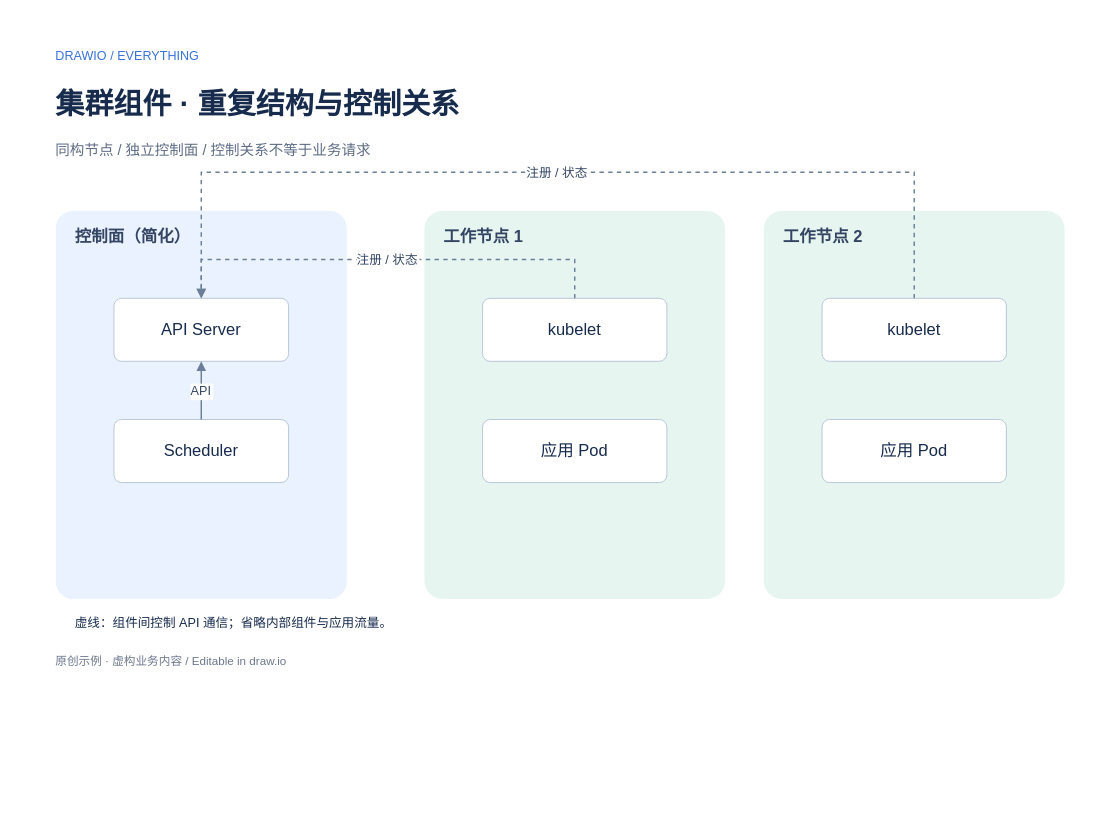
Junglepan/draw-io-everything keeps this draw.io diagram as examples/04-cluster.drawio. Above is the earlier version. Source tidied: cells renumbered, new cells numbered last; positions are measured from the earlier drawing's top-left corner, leaving out a move shared by most shapes. Both pictures are drawn from the tidied source at 97%, with x=0, y=0 at pixel (16, 16).
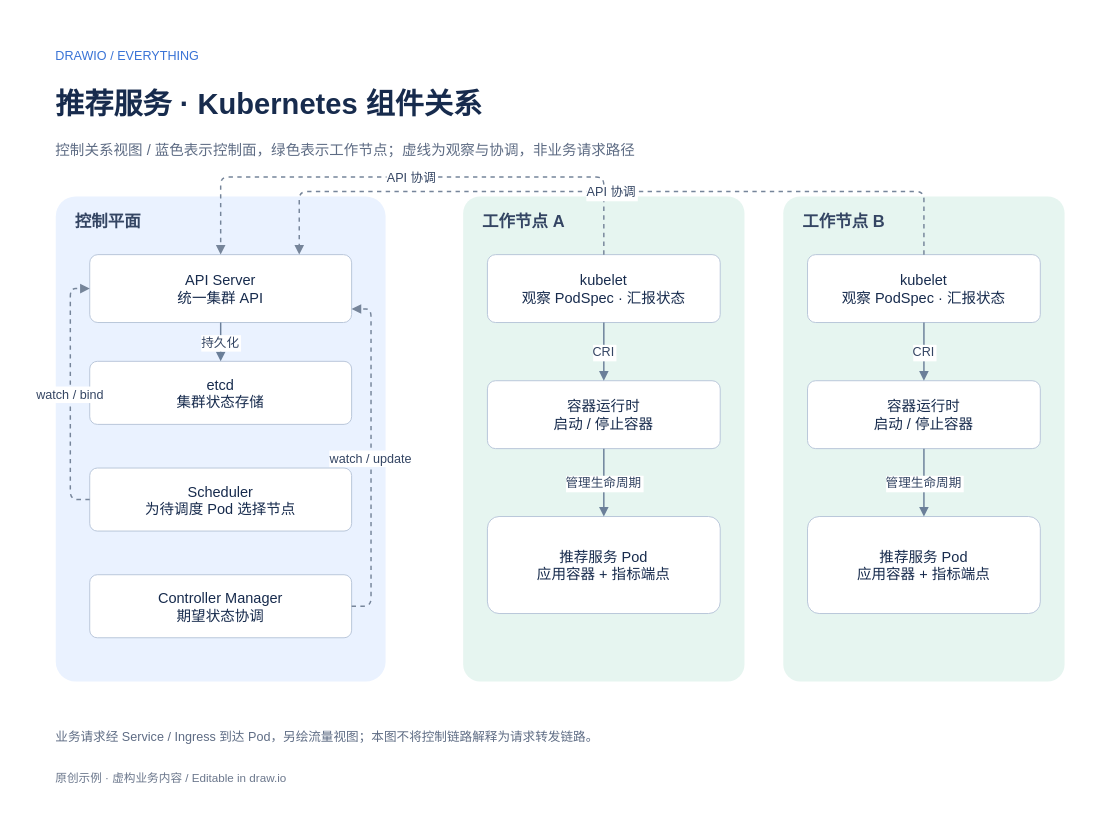
The same diagram, later.

Change to the diagram source:
```diff
@@
     <mxCell id="2" style="rounded=1;whiteSpace=wrap;html=0;fontFamily=Arial;fontSize=17;fontColor=#172B4D;fillColor=#FFFFFF;strokeColor=#B8C6D9;arcSize=12;spacing=10;strokeColor=none;" parent="1" vertex="1">
-      <mxGeometry width="1120" height="700" as="geometry" />
+      <mxGeometry width="1120" height="820" as="geometry" />
     </mxCell>
@@
-    <mxCell id="4" value="集群组件 · 重复结构与控制关系" style="rounded=1;whiteSpace=wrap;html=0;fontFamily=Arial;fontSize=17;fontColor=#172B4D;fillColor=none;strokeColor=#B8C6D9;arcSize=12;spacing=10;strokeColor=none;align=left;verticalAlign=middle;spacing=0;fontSize=30;fontColor=#172B4D;fontStyle=1;" parent="1" vertex="1">
+    <mxCell id="4" value="推荐服务 · Kubernetes 组件关系" style="rounded=1;whiteSpace=wrap;html=0;fontFamily=Arial;fontSize=17;fontColor=#172B4D;fillColor=none;strokeColor=#B8C6D9;arcSize=12;spacing=10;strokeColor=none;align=left;verticalAlign=middle;spacing=0;fontSize=30;fontColor=#172B4D;fontStyle=1;" parent="1" vertex="1">
       <mxGeometry x="40" y="66" width="1040" height="48" as="geometry" />
     </mxCell>
-    <mxCell id="5" value="同构节点 / 独立控制面 / 控制关系不等于业务请求" style="rounded=1;whiteSpace=wrap;html=0;fontFamily=Arial;fontSize=17;fontColor=#172B4D;fillColor=none;strokeColor=#B8C6D9;arcSize=12;spacing=10;strokeColor=none;align=left;verticalAlign=middle;spacing=0;fontSize=15;fontColor=#5E6C84;fontStyle=0;" parent="1" vertex="1">
+    <mxCell id="5" value="控制关系视图 / 蓝色表示控制面，绿色表示工作节点；虚线为观察与协调，非业务请求路径" style="rounded=1;whiteSpace=wrap;html=0;fontFamily=Arial;fontSize=17;fontColor=#172B4D;fillColor=none;strokeColor=#B8C6D9;arcSize=12;spacing=10;strokeColor=none;align=left;verticalAlign=middle;spacing=0;fontSize=15;fontColor=#5E6C84;fontStyle=0;" parent="1" vertex="1">
       <mxGeometry x="40" y="121" width="1040" height="32" as="geometry" />
     </mxCell>
     <mxCell id="6" value="原创示例 · 虚构业务内容  /  Editable in draw.io" style="rounded=1;whiteSpace=wrap;html=0;fontFamily=Arial;fontSize=17;fontColor=#172B4D;fillColor=none;strokeColor=#B8C6D9;arcSize=12;spacing=10;strokeColor=none;align=left;verticalAlign=middle;spacing=0;fontSize=12;fontColor=#6B778C;fontStyle=0;" parent="1" vertex="1">
-      <mxGeometry x="40" y="654" width="1040" height="22" as="geometry" />
+      <mxGeometry x="40" y="774" width="1040" height="22" as="geometry" />
     </mxCell>
     <mxCell id="7" style="rounded=1;whiteSpace=wrap;html=0;fontFamily=Arial;fontSize=17;fontColor=#172B4D;fillColor=#EAF2FF;strokeColor=#B8C6D9;arcSize=12;spacing=10;strokeColor=none;arcSize=6;" parent="1" vertex="1">
-      <mxGeometry x="40" y="200" width="300" height="400" as="geometry" />
+      <mxGeometry x="40" y="185" width="340" height="500" as="geometry" />
     </mxCell>
-    <mxCell id="8" value="控制面（简化）" style="rounded=1;whiteSpace=wrap;html=0;fontFamily=Arial;fontSize=17;fontColor=#172B4D;fillColor=none;strokeColor=#B8C6D9;arcSize=12;spacing=10;strokeColor=none;align=left;verticalAlign=middle;spacing=0;fontSize=17;fontColor=#344563;fontStyle=1;" parent="1" vertex="1">
-      <mxGeometry x="60" y="212" width="260" height="30" as="geometry" />
+    <mxCell id="8" value="控制平面" style="rounded=1;whiteSpace=wrap;html=0;fontFamily=Arial;fontSize=17;fontColor=#172B4D;fillColor=none;strokeColor=#B8C6D9;arcSize=12;spacing=10;strokeColor=none;align=left;verticalAlign=middle;spacing=0;fontSize=17;fontColor=#344563;fontStyle=1;" parent="1" vertex="1">
+      <mxGeometry x="60" y="197" width="300" height="30" as="geometry" />
     </mxCell>
-    <mxCell id="9" value="API Server" style="rounded=1;whiteSpace=wrap;html=0;fontFamily=Arial;fontSize=17;fontColor=#172B4D;fillColor=#FFFFFF;strokeColor=#B8C6D9;arcSize=12;spacing=10;" parent="1" vertex="1">
-      <mxGeometry x="100" y="290" width="180" height="65" as="geometry" />
+    <mxCell id="9" value="API Server&#10;统一集群 API" style="rounded=1;whiteSpace=wrap;html=0;fontFamily=Arial;fontSize=17;fontColor=#172B4D;fillColor=#FFFFFF;strokeColor=#B8C6D9;arcSize=12;spacing=10;fontSize=15;" parent="1" vertex="1">
+      <mxGeometry x="75" y="245" width="270" height="70" as="geometry" />
     </mxCell>
-    <mxCell id="10" value="Scheduler" style="rounded=1;whiteSpace=wrap;html=0;fontFamily=Arial;fontSize=17;fontColor=#172B4D;fillColor=#FFFFFF;strokeColor=#B8C6D9;arcSize=12;spacing=10;" parent="1" vertex="1">
-      <mxGeometry x="100" y="415" width="180" height="65" as="geometry" />
+    <mxCell id="10" value="etcd&#10;集群状态存储" style="rounded=1;whiteSpace=wrap;html=0;fontFamily=Arial;fontSize=17;fontColor=#172B4D;fillColor=#FFFFFF;strokeColor=#B8C6D9;arcSize=12;spacing=10;fontSize=15;" parent="1" vertex="1">
+      <mxGeometry x="75" y="355" width="270" height="65" as="geometry" />
     </mxCell>
-    <mxCell id="11" value="API" style="edgeStyle=orthogonalEdgeStyle;rounded=0;html=0;endArrow=block;endFill=1;strokeColor=#6B7F99;strokeWidth=1.5;fontFamily=Arial;fontSize=13;fontColor=#344563;labelBackgroundColor=#FFFFFF;" parent="1" edge="1" source="10" target="9">
-      <mxGeometry relative="1" as="geometry" />
-    </mxCell>
+    <mxCell id="23" value="Scheduler&#10;为待调度 Pod 选择节点" style="rounded=1;whiteSpace=wrap;html=0;fontFamily=Arial;fontSize=17;fontColor=#172B4D;fillColor=#FFFFFF;strokeColor=#B8C6D9;arcSize=12;spacing=10;fontSize=15;" parent="1" vertex="1">
+      <mxGeometry x="75" y="465" width="270" height="65" as="geometry" />
+    </mxCell>
-    <mxCell id="12" style="rounded=1;whiteSpace=wrap;html=0;fontFamily=Arial;fontSize=17;fontColor=#172B4D;fillColor=#E6F5F0;strokeColor=#B8C6D9;arcSize=12;spacing=10;strokeColor=none;arcSize=6;" parent="1" vertex="1">
-      <mxGeometry x="420" y="200" width="310" height="400" as="geometry" />
+    <mxCell id="12" value="Controller Manager&#10;期望状态协调" style="rounded=1;whiteSpace=wrap;html=0;fontFamily=Arial;fontSize=17;fontColor=#172B4D;fillColor=#FFFFFF;strokeColor=#B8C6D9;arcSize=12;spacing=10;fontSize=15;" parent="1" vertex="1">
+      <mxGeometry x="75" y="575" width="270" height="65" as="geometry" />
     </mxCell>
-    <mxCell id="13" value="工作节点 1" style="rounded=1;whiteSpace=wrap;html=0;fontFamily=Arial;fontSize=17;fontColor=#172B4D;fillColor=none;strokeColor=#B8C6D9;arcSize=12;spacing=10;strokeColor=none;align=left;verticalAlign=middle;spacing=0;fontSize=17;fontColor=#344563;fontStyle=1;" parent="1" vertex="1">
-      <mxGeometry x="440" y="212" width="270" height="30" as="geometry" />
-    </mxCell>
-    <mxCell id="14" value="kubelet" style="rounded=1;whiteSpace=wrap;html=0;fontFamily=Arial;fontSize=17;fontColor=#172B4D;fillColor=#FFFFFF;strokeColor=#B8C6D9;arcSize=12;spacing=10;" parent="1" vertex="1">
-      <mxGeometry x="480" y="290" width="190" height="65" as="geometry" />
-    </mxCell>
-    <mxCell id="15" value="应用 Pod" style="rounded=1;whiteSpace=wrap;html=0;fontFamily=Arial;fontSize=17;fontColor=#172B4D;fillColor=#FFFFFF;strokeColor=#B8C6D9;arcSize=12;spacing=10;" parent="1" vertex="1">
-      <mxGeometry x="480" y="415" width="190" height="65" as="geometry" />
-    </mxCell>
-    <mxCell id="16" value="注册 / 状态" style="edgeStyle=orthogonalEdgeStyle;rounded=0;html=0;endArrow=block;endFill=1;strokeColor=#6B7F99;strokeWidth=1.5;fontFamily=Arial;fontSize=13;fontColor=#344563;labelBackgroundColor=#FFFFFF;dashed=1;exitX=0.5;exitY=0;entryX=0.5;entryY=0;" parent="1" edge="1" source="14" target="9">
-      <mxGeometry relative="1" as="geometry">
-        <Array as="points">
-          <mxPoint x="575" y="250" />
-          <mxPoint x="190" y="250" />
-        </Array>
-      </mxGeometry>
-    </mxCell>
+    <mxCell id="24" value="持久化" style="edgeStyle=orthogonalEdgeStyle;rounded=1;arcSize=16;html=0;endArrow=block;endFill=1;strokeColor=#6B7F99;strokeWidth=1.5;fontFamily=Arial;fontSize=13;fontColor=#344563;labelBackgroundColor=#FFFFFF;exitX=0.5;exitY=1;entryX=0.5;entryY=0;" parent="1" edge="1" source="9" target="10">
+      <mxGeometry relative="1" as="geometry" />
+    </mxCell>
+    <mxCell id="25" value="watch / bind" style="edgeStyle=orthogonalEdgeStyle;rounded=1;arcSize=16;html=0;endArrow=block;endFill=1;strokeColor=#6B7F99;strokeWidth=1.5;fontFamily=Arial;fontSize=13;fontColor=#344563;labelBackgroundColor=#FFFFFF;exitX=0;exitY=0.5;entryX=0;entryY=0.5;dashed=1;strokeColor=#76859A;" parent="1" edge="1" source="23" target="9">
+      <mxGeometry relative="1" as="geometry">
+        <Array as="points">
+          <mxPoint x="55" y="497" />
+          <mxPoint x="55" y="280" />
+        </Array>
+      </mxGeometry>
+    </mxCell>
+    <mxCell id="26" value="watch / update" style="edgeStyle=orthogonalEdgeStyle;rounded=1;arcSize=16;html=0;endArrow=block;endFill=1;strokeColor=#6B7F99;strokeWidth=1.5;fontFamily=Arial;fontSize=13;fontColor=#344563;labelBackgroundColor=#FFFFFF;exitX=1;exitY=0.5;entryX=1;entryY=0.8;dashed=1;strokeColor=#76859A;" parent="1" edge="1" source="12" target="9">
+      <mxGeometry relative="1" as="geometry">
+        <Array as="points">
+          <mxPoint x="365" y="607" />
+          <mxPoint x="365" y="301" />
+        </Array>
+      </mxGeometry>
+    </mxCell>
+    <mxCell id="27" style="rounded=1;whiteSpace=wrap;html=0;fontFamily=Arial;fontSize=17;fontColor=#172B4D;fillColor=#E6F5F0;strokeColor=#B8C6D9;arcSize=12;spacing=10;strokeColor=none;arcSize=6;" parent="1" vertex="1">
+      <mxGeometry x="460" y="185" width="290" height="500" as="geometry" />
+    </mxCell>
-    <mxCell id="17" style="rounded=1;whiteSpace=wrap;html=0;fontFamily=Arial;fontSize=17;fontColor=#172B4D;fillColor=#E6F5F0;strokeColor=#B8C6D9;arcSize=12;spacing=10;strokeColor=none;arcSize=6;" parent="1" vertex="1">
-      <mxGeometry x="770" y="200" width="310" height="400" as="geometry" />
+    <mxCell id="17" value="工作节点 A" style="rounded=1;whiteSpace=wrap;html=0;fontFamily=Arial;fontSize=17;fontColor=#172B4D;fillColor=none;strokeColor=#B8C6D9;arcSize=12;spacing=10;strokeColor=none;align=left;verticalAlign=middle;spacing=0;fontSize=17;fontColor=#344563;fontStyle=1;" parent="1" vertex="1">
+      <mxGeometry x="480" y="197" width="250" height="30" as="geometry" />
     </mxCell>
-    <mxCell id="18" value="工作节点 2" style="rounded=1;whiteSpace=wrap;html=0;fontFamily=Arial;fontSize=17;fontColor=#172B4D;fillColor=none;strokeColor=#B8C6D9;arcSize=12;spacing=10;strokeColor=none;align=left;verticalAlign=middle;spacing=0;fontSize=17;fontColor=#344563;fontStyle=1;" parent="1" vertex="1">
-      <mxGeometry x="790" y="212" width="270" height="30" as="geometry" />
+    <mxCell id="18" value="kubelet&#10;观察 PodSpec · 汇报状态" style="rounded=1;whiteSpace=wrap;html=0;fontFamily=Arial;fontSize=17;fontColor=#172B4D;fillColor=#FFFFFF;strokeColor=#B8C6D9;arcSize=12;spacing=10;fontSize=15;" parent="1" vertex="1">
+      <mxGeometry x="485" y="245" width="240" height="70" as="geometry" />
     </mxCell>
-    <mxCell id="19" value="kubelet" style="rounded=1;whiteSpace=wrap;html=0;fontFamily=Arial;fontSize=17;fontColor=#172B4D;fillColor=#FFFFFF;strokeColor=#B8C6D9;arcSize=12;spacing=10;" parent="1" vertex="1">
-      <mxGeometry x="830" y="290" width="190" height="65" as="geometry" />
+    <mxCell id="19" value="容器运行时&#10;启动 / 停止容器" style="rounded=1;whiteSpace=wrap;html=0;fontFamily=Arial;fontSize=17;fontColor=#172B4D;fillColor=#FFFFFF;strokeColor=#B8C6D9;arcSize=12;spacing=10;fontSize=15;" parent="1" vertex="1">
+      <mxGeometry x="485" y="375" width="240" height="70" as="geometry" />
     </mxCell>
-    <mxCell id="20" value="应用 Pod" style="rounded=1;whiteSpace=wrap;html=0;fontFamily=Arial;fontSize=17;fontColor=#172B4D;fillColor=#FFFFFF;strokeColor=#B8C6D9;arcSize=12;spacing=10;" parent="1" vertex="1">
-      <mxGeometry x="830" y="415" width="190" height="65" as="geometry" />
+    <mxCell id="20" value="推荐服务 Pod&#10;应用容器 + 指标端点" style="rounded=1;whiteSpace=wrap;html=0;fontFamily=Arial;fontSize=17;fontColor=#172B4D;fillColor=#FFFFFF;strokeColor=#B8C6D9;arcSize=12;spacing=10;fontSize=15;" parent="1" vertex="1">
+      <mxGeometry x="485" y="515" width="240" height="100" as="geometry" />
     </mxCell>
-    <mxCell id="21" value="注册 / 状态" style="edgeStyle=orthogonalEdgeStyle;rounded=0;html=0;endArrow=block;endFill=1;strokeColor=#6B7F99;strokeWidth=1.5;fontFamily=Arial;fontSize=13;fontColor=#344563;labelBackgroundColor=#FFFFFF;dashed=1;exitX=0.5;exitY=0;entryX=0.5;entryY=0;" parent="1" edge="1" source="19" target="9">
+    <mxCell id="21" value="API 协调" style="edgeStyle=orthogonalEdgeStyle;rounded=1;arcSize=16;html=0;endArrow=block;endFill=1;strokeColor=#6B7F99;strokeWidth=1.5;fontFamily=Arial;fontSize=13;fontColor=#344563;labelBackgroundColor=#FFFFFF;exitX=0.5;exitY=0;entryX=0.5;entryY=0;dashed=1;strokeColor=#76859A;" parent="1" edge="1" source="18" target="9">
       <mxGeometry relative="1" as="geometry">
         <Array as="points">
-          <mxPoint x="925" y="160" />
-          <mxPoint x="190" y="160" />
+          <mxPoint x="605" y="165" />
+          <mxPoint x="210" y="165" />
         </Array>
       </mxGeometry>
     </mxCell>
-    <mxCell id="22" value="虚线：组件间控制 API 通信；省略内部组件与应用流量。" style="rounded=1;whiteSpace=wrap;html=0;fontFamily=Arial;fontSize=17;fontColor=#172B4D;fillColor=none;strokeColor=#B8C6D9;arcSize=12;spacing=10;strokeColor=none;align=left;verticalAlign=middle;spacing=0;fontSize=13;fontColor=#172B4D;fontStyle=0;" parent="1" vertex="1">
-      <mxGeometry x="60" y="612" width="990" height="24" as="geometry" />
-    </mxCell>
+    <mxCell id="28" value="CRI" style="edgeStyle=orthogonalEdgeStyle;rounded=1;arcSize=16;html=0;endArrow=block;endFill=1;strokeColor=#6B7F99;strokeWidth=1.5;fontFamily=Arial;fontSize=13;fontColor=#344563;labelBackgroundColor=#FFFFFF;exitX=0.5;exitY=1;entryX=0.5;entryY=0;" parent="1" edge="1" source="18" target="19">
+      <mxGeometry relative="1" as="geometry" />
+    </mxCell>
+    <mxCell id="29" value="管理生命周期" style="edgeStyle=orthogonalEdgeStyle;rounded=1;arcSize=16;html=0;endArrow=block;endFill=1;strokeColor=#6B7F99;strokeWidth=1.5;fontFamily=Arial;fontSize=13;fontColor=#344563;labelBackgroundColor=#FFFFFF;exitX=0.5;exitY=1;entryX=0.5;entryY=0;" parent="1" edge="1" source="19" target="20">
+      <mxGeometry relative="1" as="geometry" />
+    </mxCell>
+    <mxCell id="30" style="rounded=1;whiteSpace=wrap;html=0;fontFamily=Arial;fontSize=17;fontColor=#172B4D;fillColor=#E6F5F0;strokeColor=#B8C6D9;arcSize=12;spacing=10;strokeColor=none;arcSize=6;" parent="1" vertex="1">
+      <mxGeometry x="790" y="185" width="290" height="500" as="geometry" />
+    </mxCell>
+    <mxCell id="31" value="工作节点 B" style="rounded=1;whiteSpace=wrap;html=0;fontFamily=Arial;fontSize=17;fontColor=#172B4D;fillColor=none;strokeColor=#B8C6D9;arcSize=12;spacing=10;strokeColor=none;align=left;verticalAlign=middle;spacing=0;fontSize=17;fontColor=#344563;fontStyle=1;" parent="1" vertex="1">
+      <mxGeometry x="810" y="197" width="250" height="30" as="geometry" />
+    </mxCell>
+    <mxCell id="32" value="kubelet&#10;观察 PodSpec · 汇报状态" style="rounded=1;whiteSpace=wrap;html=0;fontFamily=Arial;fontSize=17;fontColor=#172B4D;fillColor=#FFFFFF;strokeColor=#B8C6D9;arcSize=12;spacing=10;fontSize=15;" parent="1" vertex="1">
+      <mxGeometry x="815" y="245" width="240" height="70" as="geometry" />
+    </mxCell>
+    <mxCell id="33" value="容器运行时&#10;启动 / 停止容器" style="rounded=1;whiteSpace=wrap;html=0;fontFamily=Arial;fontSize=17;fontColor=#172B4D;fillColor=#FFFFFF;strokeColor=#B8C6D9;arcSize=12;spacing=10;fontSize=15;" parent="1" vertex="1">
+      <mxGeometry x="815" y="375" width="240" height="70" as="geometry" />
+    </mxCell>
+    <mxCell id="34" value="推荐服务 Pod&#10;应用容器 + 指标端点" style="rounded=1;whiteSpace=wrap;html=0;fontFamily=Arial;fontSize=17;fontColor=#172B4D;fillColor=#FFFFFF;strokeColor=#B8C6D9;arcSize=12;spacing=10;fontSize=15;" parent="1" vertex="1">
+      <mxGeometry x="815" y="515" width="240" height="100" as="geometry" />
+    </mxCell>
+    <mxCell id="35" value="API 协调" style="edgeStyle=orthogonalEdgeStyle;rounded=1;arcSize=16;html=0;endArrow=block;endFill=1;strokeColor=#6B7F99;strokeWidth=1.5;fontFamily=Arial;fontSize=13;fontColor=#344563;labelBackgroundColor=#FFFFFF;exitX=0.5;exitY=0;entryX=0.8;entryY=0;dashed=1;strokeColor=#76859A;" parent="1" edge="1" source="32" target="9">
+      <mxGeometry relative="1" as="geometry">
+        <Array as="points">
+          <mxPoint x="935" y="180" />
+          <mxPoint x="291" y="180" />
+        </Array>
+      </mxGeometry>
+    </mxCell>
+    <mxCell id="36" value="CRI" style="edgeStyle=orthogonalEdgeStyle;rounded=1;arcSize=16;html=0;endArrow=block;endFill=1;strokeColor=#6B7F99;strokeWidth=1.5;fontFamily=Arial;fontSize=13;fontColor=#344563;labelBackgroundColor=#FFFFFF;exitX=0.5;exitY=1;entryX=0.5;entryY=0;" parent="1" edge="1" source="32" target="33">
+      <mxGeometry relative="1" as="geometry" />
+    </mxCell>
+    <mxCell id="37" value="管理生命周期" style="edgeStyle=orthogonalEdgeStyle;rounded=1;arcSize=16;html=0;endArrow=block;endFill=1;strokeColor=#6B7F99;strokeWidth=1.5;fontFamily=Arial;fontSize=13;fontColor=#344563;labelBackgroundColor=#FFFFFF;exitX=0.5;exitY=1;entryX=0.5;entryY=0;" parent="1" edge="1" source="33" target="34">
+      <mxGeometry relative="1" as="geometry" />
+    </mxCell>
+    <mxCell id="38" value="业务请求经 Service / Ingress 到达 Pod，另绘流量视图；本图不将控制链路解释为请求转发链路。" style="rounded=1;whiteSpace=wrap;html=0;fontFamily=Arial;fontSize=17;fontColor=#172B4D;fillColor=none;strokeColor=#B8C6D9;arcSize=12;spacing=10;strokeColor=none;align=left;verticalAlign=middle;spacing=0;fontSize=13;fontColor=#5E6C84;fontStyle=0;" parent="1" vertex="1">
+      <mxGeometry x="40" y="725" width="1040" height="34" as="geometry" />
+    </mxCell>
```
